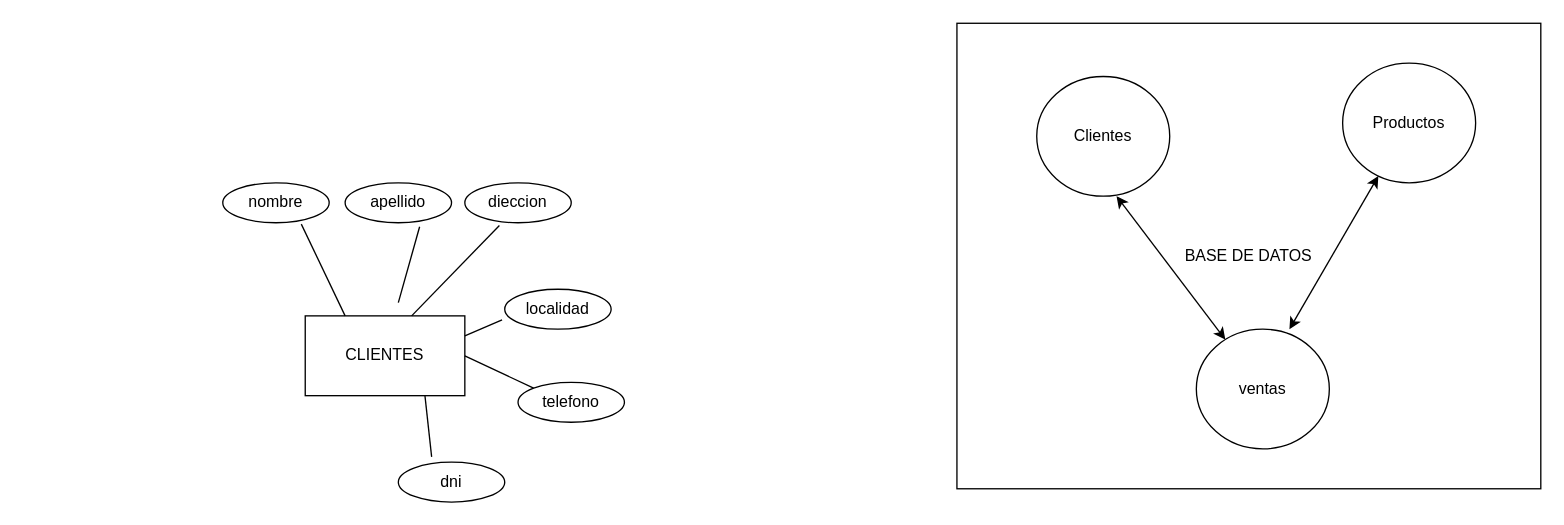
Above: Clase22/diagrama.drawio in nmfernandez1982/comision23047 (draw.io), before the change. Source tidied: cells renumbered, new cells numbered last; positions are measured from the earlier drawing's top-left corner, leaving out a move shared by most shapes. Both pictures are drawn from the tidied source at 133%, with x=0, y=0 at pixel (222, 23).
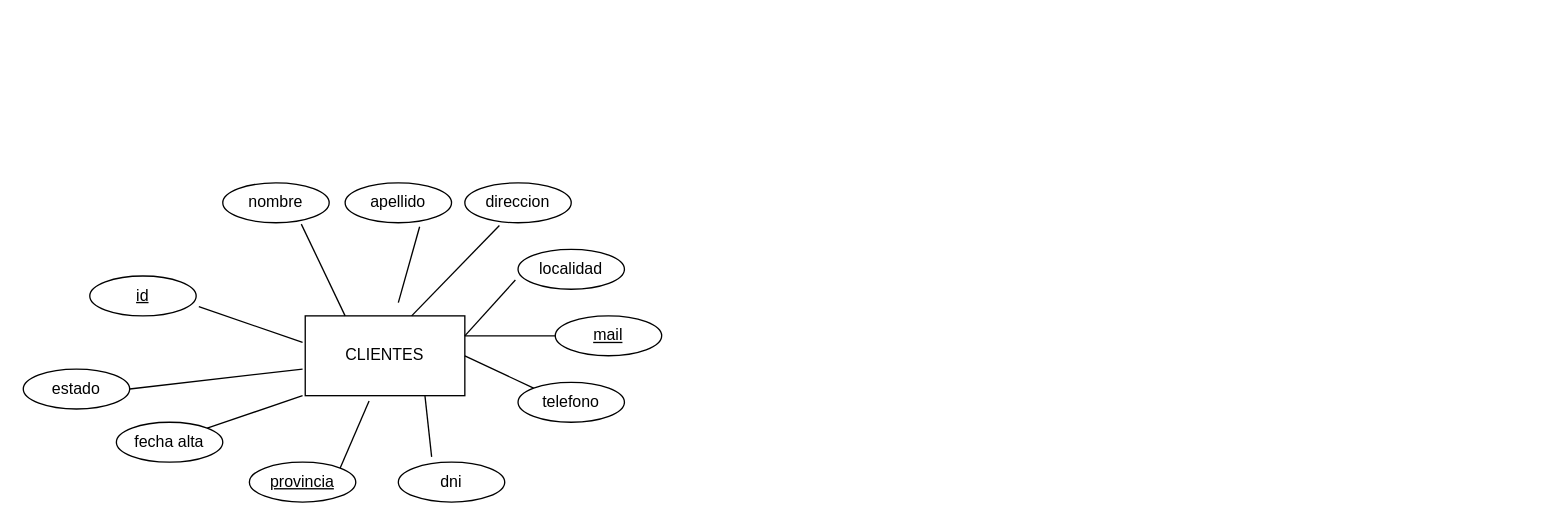
Above is the later version.

Unchanged cells that the change refers to:
```xml
<mxCell id="8" value="CLIENTES" style="rounded=0;whiteSpace=wrap;html=1;" parent="1" vertex="1">
  <mxGeometry x="62" y="220" width="120" height="60" as="geometry" />
</mxCell>
```

Diff of the diagram source:
```diff
@@
-    <mxCell id="2" value="BASE DE DATOS" style="rounded=0;whiteSpace=wrap;html=1;" parent="1" vertex="1">
-      <mxGeometry x="552" width="439" height="350" as="geometry" />
-    </mxCell>
-    <mxCell id="3" value="Clientes" style="ellipse;whiteSpace=wrap;html=1;" parent="1" vertex="1">
-      <mxGeometry x="612" y="40" width="100" height="90" as="geometry" />
-    </mxCell>
-    <mxCell id="4" value="ventas" style="ellipse;whiteSpace=wrap;html=1;" parent="1" vertex="1">
-      <mxGeometry x="732" y="230" width="100" height="90" as="geometry" />
-    </mxCell>
-    <mxCell id="5" value="Productos" style="ellipse;whiteSpace=wrap;html=1;" parent="1" vertex="1">
-      <mxGeometry x="842" y="30" width="100" height="90" as="geometry" />
-    </mxCell>
-    <mxCell id="6" style="endArrow=classic;startArrow=classic;html=1;rounded=0;" parent="1" edge="1" source="4">
-      <mxGeometry relative="1" as="geometry">
-        <mxPoint x="672" y="130" as="targetPoint" />
-      </mxGeometry>
-    </mxCell>
-    <mxCell id="7" style="endArrow=classic;startArrow=classic;html=1;rounded=0;exitX=0.7;exitY=0;exitDx=0;exitDy=0;exitPerimeter=0;" parent="1" edge="1" source="4" target="5">
-      <mxGeometry relative="1" as="geometry" />
-    </mxCell>
@@
-    <mxCell id="11" value="dieccion" style="ellipse;whiteSpace=wrap;html=1;" parent="1" vertex="1">
+    <mxCell id="11" value="direccion" style="ellipse;whiteSpace=wrap;html=1;" parent="1" vertex="1">
       <mxGeometry x="182" y="120" width="80" height="30" as="geometry" />
     </mxCell>
@@
     <mxCell id="13" value="localidad" style="ellipse;whiteSpace=wrap;html=1;" parent="1" vertex="1">
-      <mxGeometry x="212" y="200" width="80" height="30" as="geometry" />
+      <mxGeometry x="222" y="170" width="80" height="30" as="geometry" />
     </mxCell>
@@
+    <mxCell id="21" value="&lt;u&gt;id&lt;/u&gt;" style="ellipse;whiteSpace=wrap;html=1;" parent="1" vertex="1">
+      <mxGeometry x="-100" y="190" width="80" height="30" as="geometry" />
+    </mxCell>
+    <mxCell id="22" style="endArrow=none;html=1;rounded=0;exitX=1.025;exitY=0.767;exitDx=0;exitDy=0;exitPerimeter=0;" parent="1" edge="1" source="21">
+      <mxGeometry relative="1" as="geometry">
+        <mxPoint x="60" y="240" as="targetPoint" />
+      </mxGeometry>
+    </mxCell>
+    <mxCell id="23" value="&lt;u&gt;provincia&lt;/u&gt;" style="ellipse;whiteSpace=wrap;html=1;" parent="1" vertex="1">
+      <mxGeometry x="20" y="330" width="80" height="30" as="geometry" />
+    </mxCell>
+    <mxCell id="24" value="fecha alta" style="ellipse;whiteSpace=wrap;html=1;" parent="1" vertex="1">
+      <mxGeometry x="-80" y="300" width="80" height="30" as="geometry" />
+    </mxCell>
+    <mxCell id="25" value="estado" style="ellipse;whiteSpace=wrap;html=1;" parent="1" vertex="1">
+      <mxGeometry x="-150" y="260" width="80" height="30" as="geometry" />
+    </mxCell>
+    <mxCell id="26" style="endArrow=none;html=1;rounded=0;exitX=1;exitY=0.5;exitDx=0;exitDy=0;" parent="1" edge="1" source="25">
+      <mxGeometry relative="1" as="geometry">
+        <mxPoint x="60" y="260" as="targetPoint" />
+      </mxGeometry>
+    </mxCell>
+    <mxCell id="27" style="endArrow=none;html=1;rounded=0;exitX=1;exitY=0;exitDx=0;exitDy=0;" parent="1" edge="1" source="24">
+      <mxGeometry relative="1" as="geometry">
+        <mxPoint x="60" y="280" as="targetPoint" />
+      </mxGeometry>
+    </mxCell>
+    <mxCell id="28" style="endArrow=none;html=1;rounded=0;exitX=1;exitY=0;exitDx=0;exitDy=0;entryX=0.4;entryY=1.067;entryDx=0;entryDy=0;entryPerimeter=0;" parent="1" edge="1" source="23" target="8">
+      <mxGeometry relative="1" as="geometry" />
+    </mxCell>
+    <mxCell id="29" value="&lt;u&gt;mail&lt;/u&gt;" style="ellipse;whiteSpace=wrap;html=1;" parent="1" vertex="1">
+      <mxGeometry x="250" y="220" width="80" height="30" as="geometry" />
+    </mxCell>
+    <mxCell id="30" style="endArrow=none;html=1;rounded=0;entryX=0;entryY=0.5;entryDx=0;entryDy=0;exitX=1;exitY=0.25;exitDx=0;exitDy=0;" parent="1" edge="1" source="8" target="29">
+      <mxGeometry relative="1" as="geometry" />
+    </mxCell>
```
